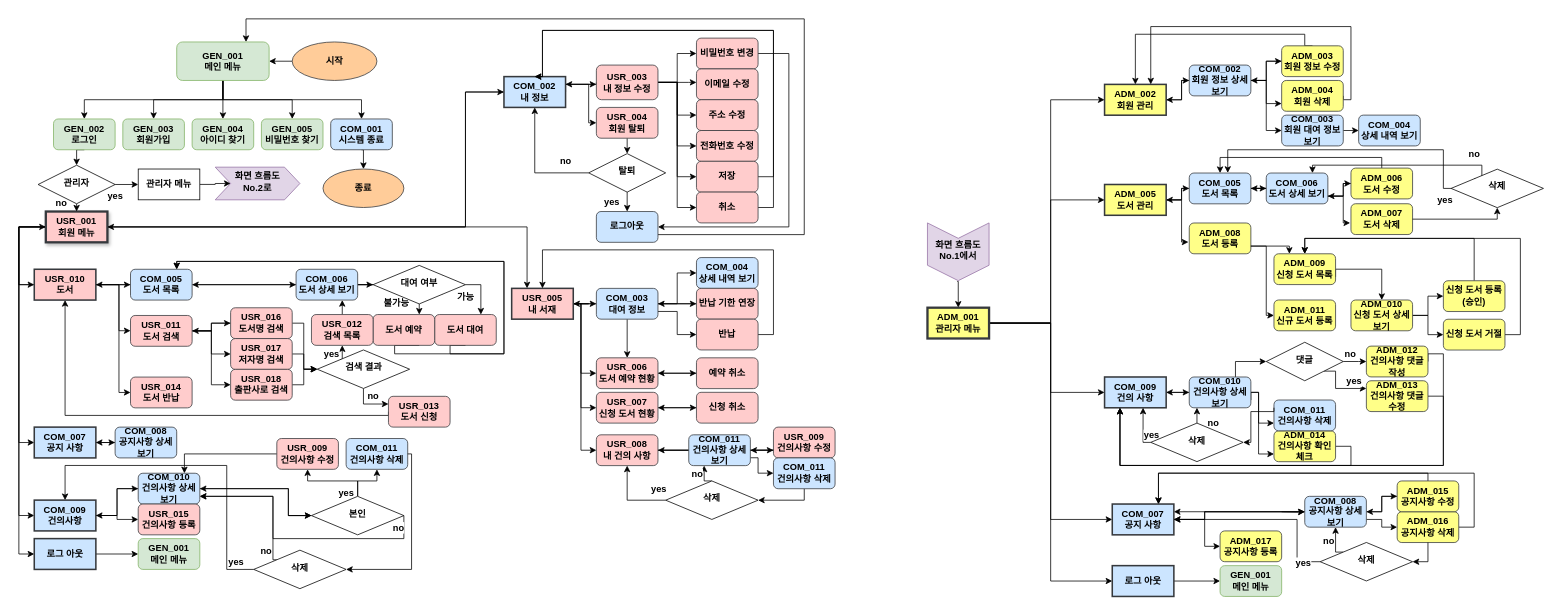
Before: flowchart.drawio in BeomSeokYu/Java-Books-Management, a draw.io diagram. Source tidied: cells renumbered, new cells numbered last; positions are measured from the earlier drawing's top-left corner, leaving out a move shared by most shapes. Both pictures are drawn from the tidied source at 77%, with x=0, y=0 at pixel (18, 18).
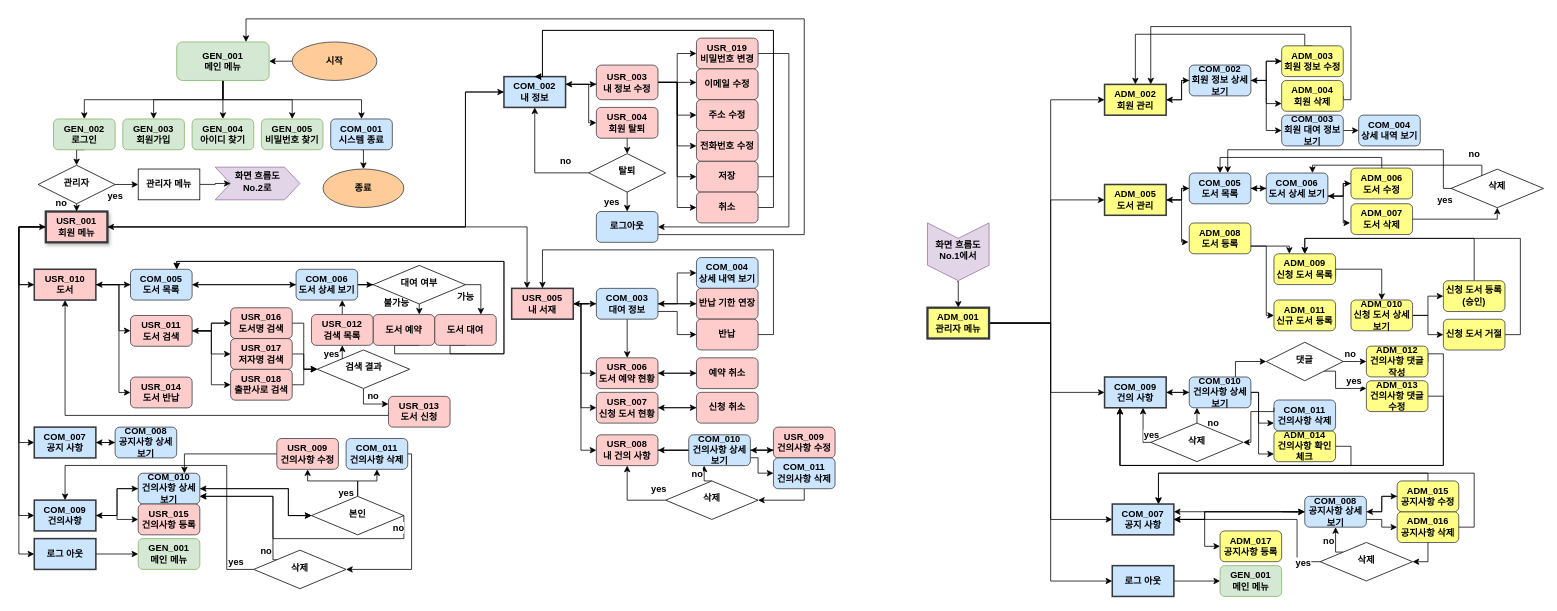
The same diagram, later.

Diff of the diagram source:
```diff
@@
-    <mxCell id="224" value="비밀번호 변경" style="rounded=1;whiteSpace=wrap;html=1;fontSize=12;glass=0;strokeWidth=1;shadow=0;fillColor=#ffcccc;strokeColor=#36393d;fontStyle=1;" parent="1" vertex="1">
+    <mxCell id="224" value="USR_019&lt;br&gt;비밀번호 변경" style="rounded=1;whiteSpace=wrap;html=1;fontSize=12;glass=0;strokeWidth=1;shadow=0;fillColor=#ffcccc;strokeColor=#36393d;fontStyle=1;" parent="1" vertex="1">
       <mxGeometry x="880" y="25" width="80" height="40" as="geometry" />
     </mxCell>
@@
-    <mxCell id="241" value="COM_011&lt;br style=&quot;font-size: 12px;&quot;&gt;건의사항 상세보기" style="rounded=1;whiteSpace=wrap;html=1;fontSize=12;glass=0;strokeWidth=1;shadow=0;fillColor=#cce5ff;strokeColor=#36393d;fontStyle=1;" parent="1" vertex="1">
+    <mxCell id="241" value="COM_010&lt;br style=&quot;font-size: 12px;&quot;&gt;건의사항 상세보기" style="rounded=1;whiteSpace=wrap;html=1;fontSize=12;glass=0;strokeWidth=1;shadow=0;fillColor=#cce5ff;strokeColor=#36393d;fontStyle=1;" parent="1" vertex="1">
       <mxGeometry x="870" y="540.2" width="80" height="40" as="geometry" />
     </mxCell>
```
